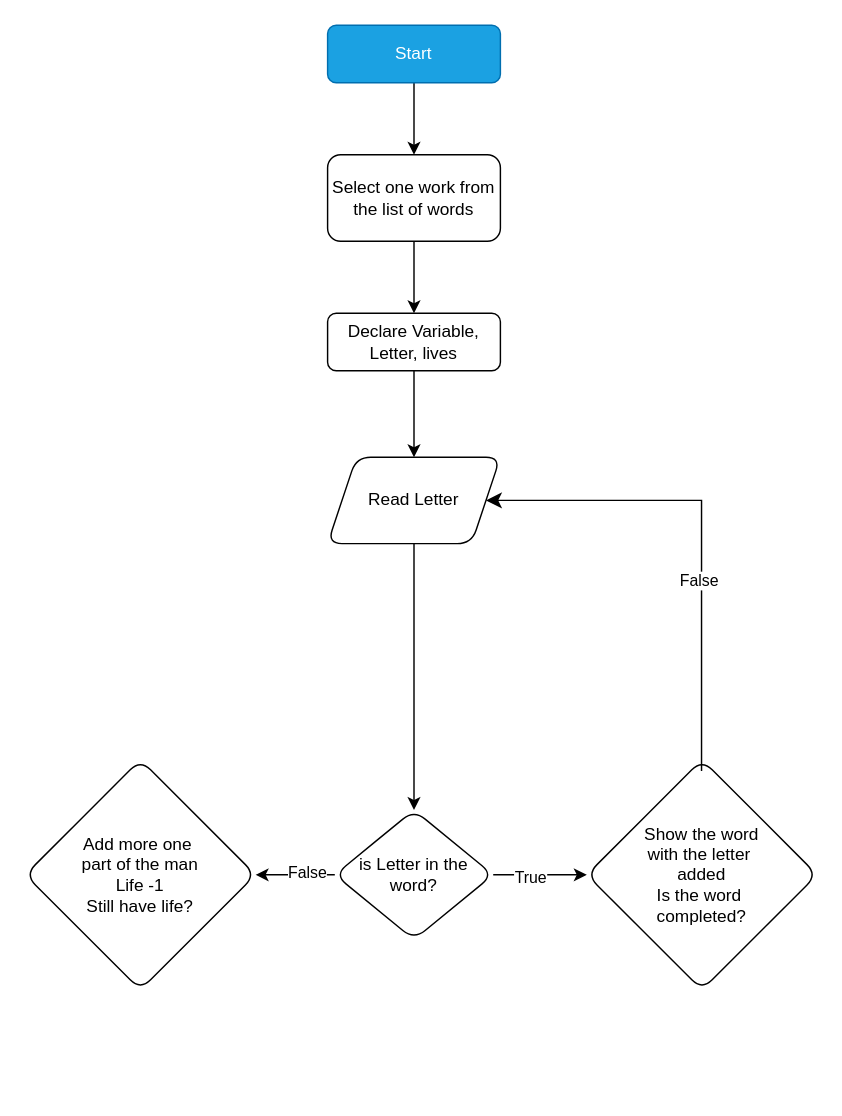
This is Day07_hangman/Diagram_hangman.drawio from maiconlucinda/100DaysCode, a draw.io file, before an edit. Source tidied: cells renumbered, new cells numbered last; positions are measured from the earlier drawing's top-left corner, leaving out a move shared by most shapes. Both pictures are drawn from the tidied source at 144%, with x=0, y=0 at pixel (24, 24).
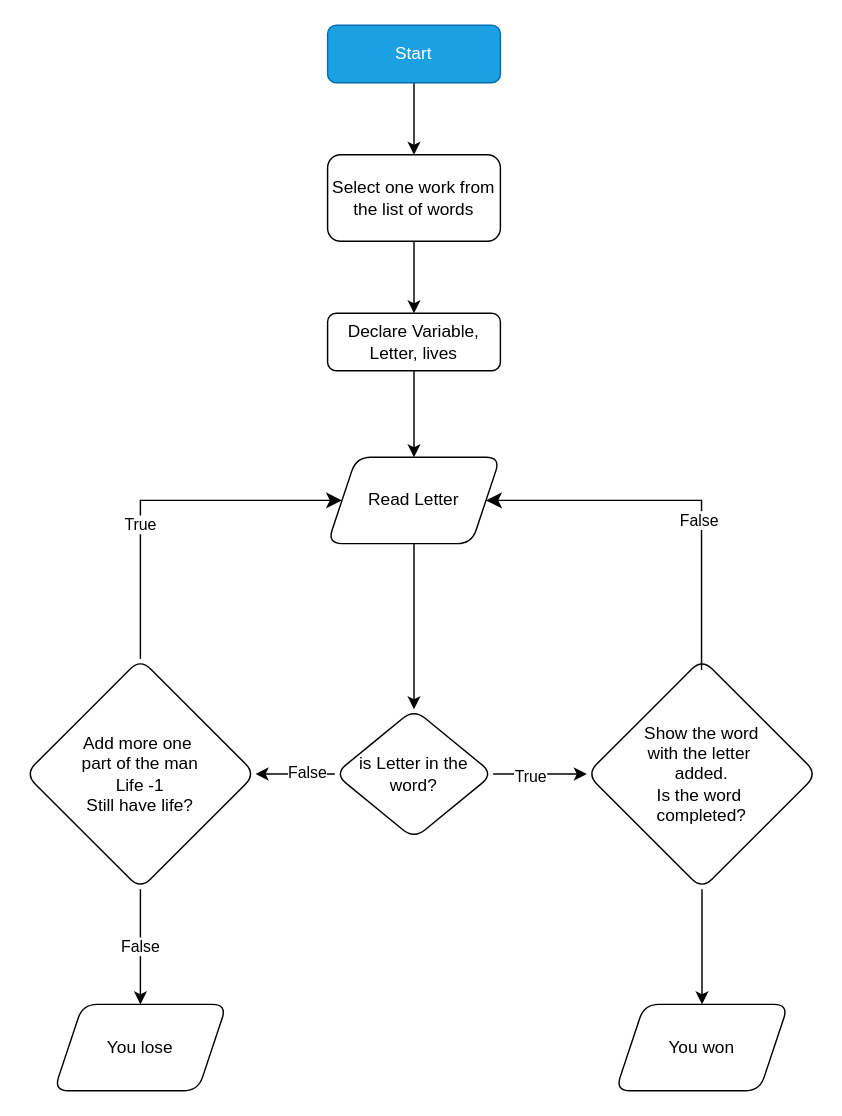
The same diagram, later.

The change refers to these unchanged cells:
```xml
<mxCell id="7" value="Read Letter" style="shape=parallelogram;perimeter=parallelogramPerimeter;whiteSpace=wrap;html=1;fixedSize=1;rounded=1;" parent="1" vertex="1">
  <mxGeometry x="210" y="300" width="120" height="60" as="geometry" />
</mxCell>
```

What changed in the source:
```diff
@@
     <mxCell id="12" value="is Letter in the word?" style="rhombus;whiteSpace=wrap;html=1;rounded=1;" parent="1" vertex="1">
-      <mxGeometry x="215" y="545" width="110" height="90" as="geometry" />
+      <mxGeometry x="215" y="475" width="110" height="90" as="geometry" />
     </mxCell>
+    <mxCell id="19" style="edgeStyle=none;html=1;" parent="1" edge="1" source="13" target="24">
+      <mxGeometry relative="1" as="geometry" />
+    </mxCell>
-    <mxCell id="13" value="Show the word&lt;div&gt;with the letter&amp;nbsp;&lt;/div&gt;&lt;div&gt;added&lt;/div&gt;&lt;div&gt;Is the word&amp;nbsp;&lt;/div&gt;&lt;div&gt;completed?&lt;/div&gt;" style="rhombus;whiteSpace=wrap;html=1;rounded=1;" parent="1" vertex="1">
-      <mxGeometry x="390" y="510" width="160" height="160" as="geometry" />
+    <mxCell id="13" value="Show the word&lt;div&gt;with the letter&amp;nbsp;&lt;/div&gt;&lt;div&gt;added.&lt;/div&gt;&lt;div&gt;Is the word&amp;nbsp;&lt;/div&gt;&lt;div&gt;completed?&lt;/div&gt;" style="rhombus;whiteSpace=wrap;html=1;rounded=1;" parent="1" vertex="1">
+      <mxGeometry x="390" y="440" width="160" height="160" as="geometry" />
     </mxCell>
+    <mxCell id="20" value="False" style="edgeStyle=none;html=1;" parent="1" edge="1" source="14" target="23">
+      <mxGeometry relative="1" as="geometry" />
+    </mxCell>
     <mxCell id="14" value="Add more one&amp;nbsp;&lt;div&gt;part of the man&lt;/div&gt;&lt;div&gt;Life -1&lt;/div&gt;&lt;div&gt;Still have life?&lt;/div&gt;" style="rhombus;whiteSpace=wrap;html=1;rounded=1;" parent="1" vertex="1">
-      <mxGeometry y="510" width="160" height="160" as="geometry" />
+      <mxGeometry y="440" width="160" height="160" as="geometry" />
     </mxCell>
@@
+    <mxCell id="21" style="edgeStyle=elbowEdgeStyle;elbow=horizontal;endArrow=classic;html=1;curved=0;rounded=0;endSize=8;startSize=8;exitX=0.5;exitY=0;exitDx=0;exitDy=0;entryX=0;entryY=0.5;entryDx=0;entryDy=0;" parent="1" edge="1" source="14" target="7">
+      <mxGeometry relative="1" as="geometry">
+        <Array as="points">
+          <mxPoint x="80" y="350" />
+          <mxPoint x="80" y="430" />
+        </Array>
+      </mxGeometry>
+    </mxCell>
+    <mxCell id="22" value="True" style="edgeLabel;html=1;align=center;verticalAlign=middle;" parent="21" vertex="1">
+      <mxGeometry x="-0.25" y="1" relative="1" as="geometry" />
+    </mxCell>
+    <mxCell id="23" value="You lose" style="shape=parallelogram;perimeter=parallelogramPerimeter;whiteSpace=wrap;html=1;fixedSize=1;rounded=1;" parent="1" vertex="1">
+      <mxGeometry x="20" y="680" width="120" height="60" as="geometry" />
+    </mxCell>
+    <mxCell id="24" value="You won" style="shape=parallelogram;perimeter=parallelogramPerimeter;whiteSpace=wrap;html=1;fixedSize=1;rounded=1;" parent="1" vertex="1">
+      <mxGeometry x="410" y="680" width="120" height="60" as="geometry" />
+    </mxCell>
```
